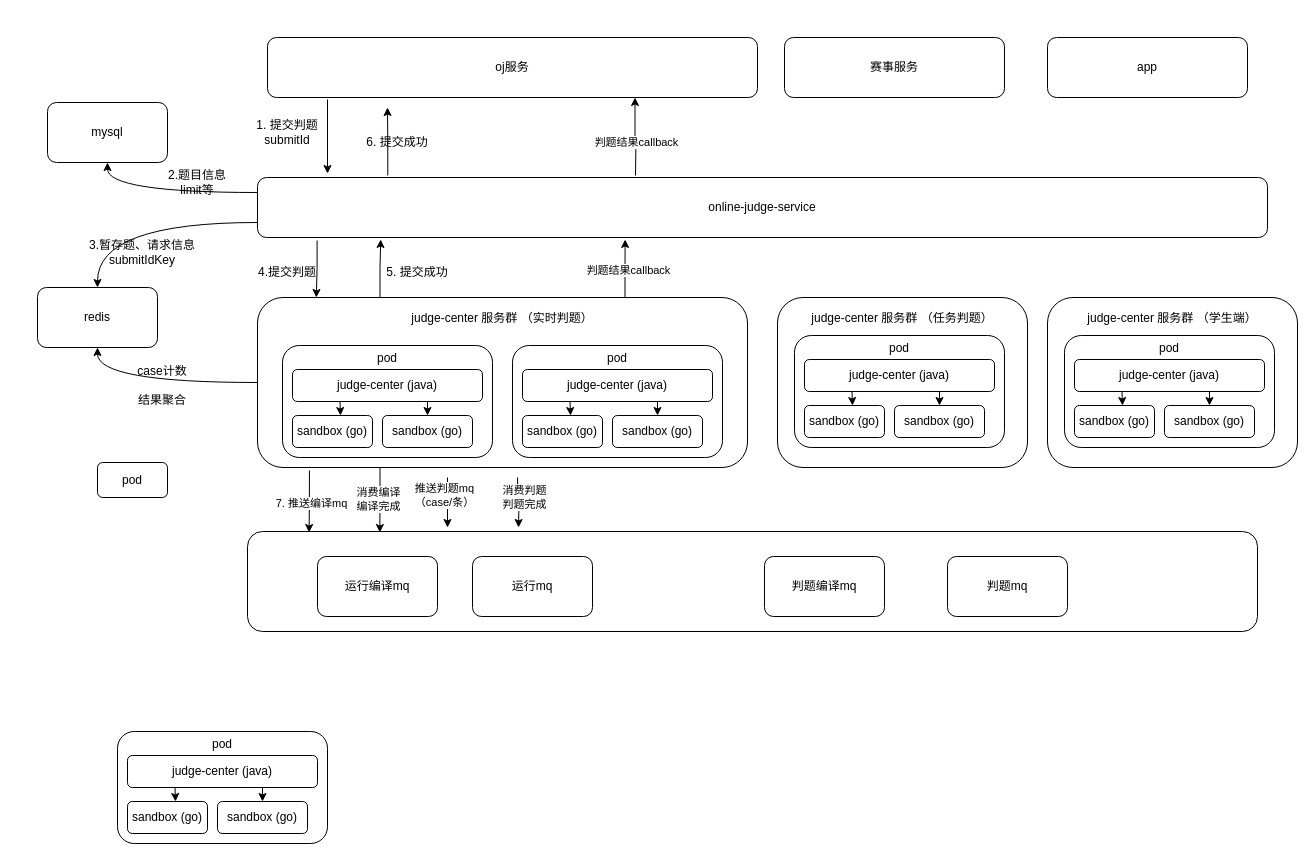
xiell2016/hetaoDesign keeps this draw.io diagram as 沙箱群.drawio. Above is the earlier version. Source tidied: cells renumbered, new cells numbered last; positions are measured from the earlier drawing's top-left corner, leaving out a move shared by most shapes. Both pictures are drawn from the tidied source at 100%, with x=0, y=0 at pixel (37, 37).
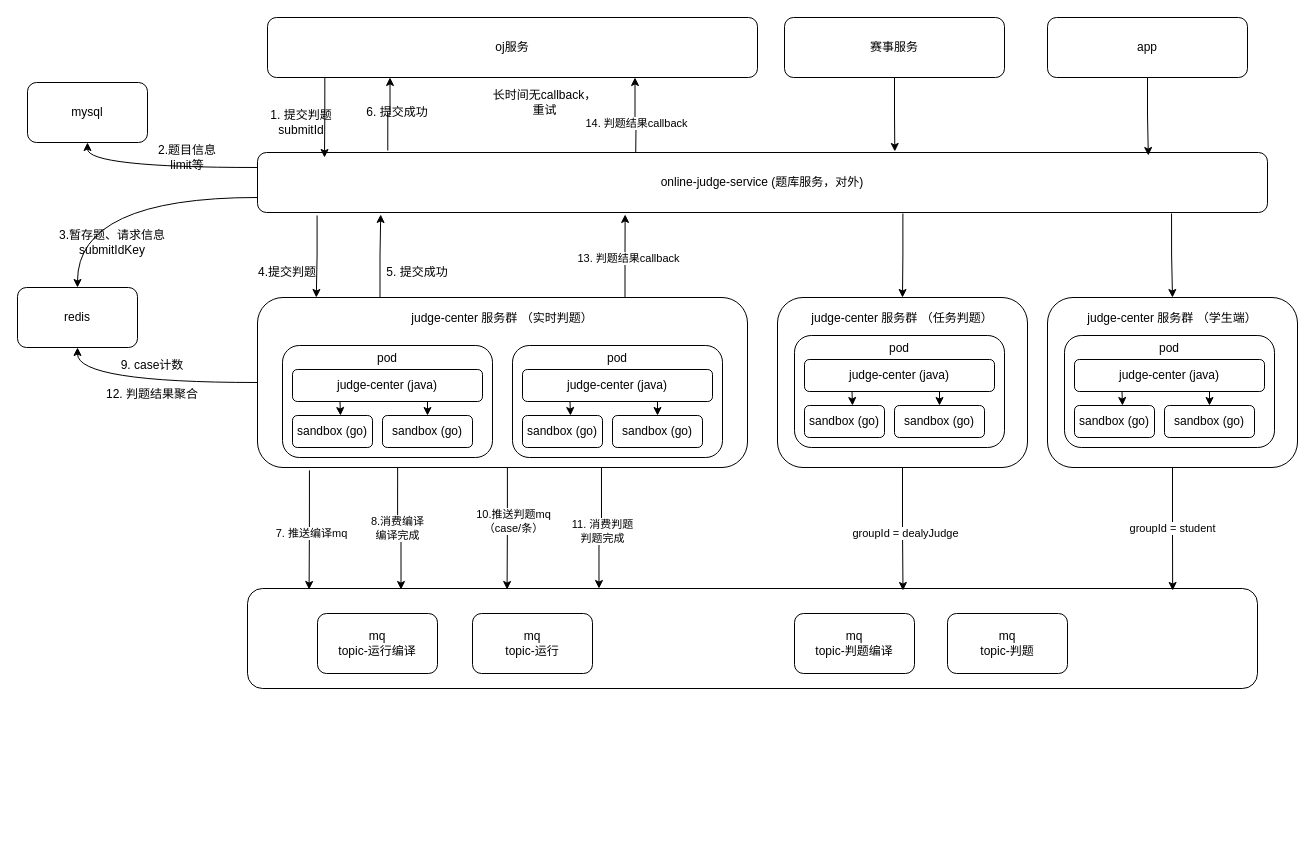
Above is the later version.

Commit message:
更新沙箱群.drawio

The change refers to these unchanged cells:
```xml
<mxCell id="7" style="edgeStyle=orthogonalEdgeStyle;rounded=0;jettySize=auto;html=1;entryX=0.75;entryY=1;entryDx=0;entryDy=0;" parent="1" edge="1" target="3">
  <mxGeometry relative="1" as="geometry">
    <mxPoint x="598" y="138" as="sourcePoint" />
  </mxGeometry>
</mxCell>
<mxCell id="13" value="judge-center&lt;span style=&quot;background-color: initial;&quot;&gt;&amp;nbsp;服务群 （实时判题）&lt;/span&gt;&lt;div&gt;&lt;br&gt;&lt;/div&gt;&lt;div&gt;&lt;br&gt;&lt;div&gt;&lt;span style=&quot;background-color: initial;&quot;&gt;&lt;br&gt;&lt;/span&gt;&lt;/div&gt;&lt;div&gt;&lt;span style=&quot;background-color: initial;&quot;&gt;&lt;br&gt;&lt;/span&gt;&lt;/div&gt;&lt;div&gt;&lt;br&gt;&lt;/div&gt;&lt;div&gt;&lt;br&gt;&lt;/div&gt;&lt;div&gt;&lt;br&gt;&lt;/div&gt;&lt;div&gt;&lt;br&gt;&lt;/div&gt;&lt;div&gt;&lt;br&gt;&lt;/div&gt;&lt;/div&gt;" style="rounded=1;whiteSpace=wrap;html=1;" parent="1" vertex="1">
  <mxGeometry x="220" y="260" width="490" height="170" as="geometry" />
</mxCell>
<mxCell id="19" value="judge-center&lt;span style=&quot;background-color: initial;&quot;&gt;&amp;nbsp;服务群 （任务判题）&lt;/span&gt;&lt;div&gt;&lt;span style=&quot;background-color: initial;&quot;&gt;&lt;br&gt;&lt;/span&gt;&lt;/div&gt;&lt;div&gt;&lt;span style=&quot;background-color: initial;&quot;&gt;&lt;br&gt;&lt;/span&gt;&lt;/div&gt;&lt;div&gt;&lt;span style=&quot;background-color: initial;&quot;&gt;&lt;br&gt;&lt;/span&gt;&lt;/div&gt;&lt;div&gt;&lt;span style=&quot;background-color: initial;&quot;&gt;&lt;br&gt;&lt;/span&gt;&lt;/div&gt;&lt;div&gt;&lt;span style=&quot;background-color: initial;&quot;&gt;&lt;br&gt;&lt;/span&gt;&lt;/div&gt;&lt;div&gt;&lt;span style=&quot;background-color: initial;&quot;&gt;&lt;br&gt;&lt;/span&gt;&lt;/div&gt;&lt;div&gt;&lt;span style=&quot;background-color: initial;&quot;&gt;&lt;br&gt;&lt;/span&gt;&lt;/div&gt;&lt;div&gt;&lt;span style=&quot;background-color: initial;&quot;&gt;&lt;br&gt;&lt;/span&gt;&lt;/div&gt;&lt;div&gt;&lt;span style=&quot;background-color: initial;&quot;&gt;&lt;br&gt;&lt;/span&gt;&lt;/div&gt;" style="rounded=1;whiteSpace=wrap;html=1;" parent="1" vertex="1">
  <mxGeometry x="740" y="260" width="250" height="170" as="geometry" />
</mxCell>
<mxCell id="63" value="&lt;div&gt;&lt;div&gt;judge-center&lt;span style=&quot;background-color: initial;&quot;&gt;&amp;nbsp;服务群 （学生端）&lt;/span&gt;&lt;br&gt;&lt;/div&gt;&lt;/div&gt;&lt;div&gt;&lt;span style=&quot;background-color: initial;&quot;&gt;&lt;br&gt;&lt;/span&gt;&lt;/div&gt;&lt;div&gt;&lt;span style=&quot;background-color: initial;&quot;&gt;&lt;br&gt;&lt;/span&gt;&lt;/div&gt;&lt;div&gt;&lt;span style=&quot;background-color: initial;&quot;&gt;&lt;br&gt;&lt;/span&gt;&lt;/div&gt;&lt;div&gt;&lt;span style=&quot;background-color: initial;&quot;&gt;&lt;br&gt;&lt;/span&gt;&lt;/div&gt;&lt;div&gt;&lt;span style=&quot;background-color: initial;&quot;&gt;&lt;br&gt;&lt;/span&gt;&lt;/div&gt;&lt;div&gt;&lt;span style=&quot;background-color: initial;&quot;&gt;&lt;br&gt;&lt;/span&gt;&lt;/div&gt;&lt;div&gt;&lt;span style=&quot;background-color: initial;&quot;&gt;&lt;br&gt;&lt;/span&gt;&lt;/div&gt;&lt;div&gt;&lt;span style=&quot;background-color: initial;&quot;&gt;&lt;br&gt;&lt;/span&gt;&lt;/div&gt;&lt;div&gt;&lt;span style=&quot;background-color: initial;&quot;&gt;&lt;br&gt;&lt;/span&gt;&lt;/div&gt;" style="rounded=1;whiteSpace=wrap;html=1;" parent="1" vertex="1">
  <mxGeometry x="1010" y="260" width="250" height="170" as="geometry" />
</mxCell>
<mxCell id="73" style="edgeStyle=orthogonalEdgeStyle;rounded=0;jettySize=auto;html=1;exitX=0.75;exitY=0;exitDx=0;exitDy=0;entryX=0.364;entryY=1.033;entryDx=0;entryDy=0;entryPerimeter=0;" parent="1" edge="1" source="13" target="9">
  <mxGeometry relative="1" as="geometry" />
</mxCell>
```

Change to the diagram source:
```diff
@@
     <mxCell id="2" style="rounded=1;whiteSpace=wrap;html=1;" parent="1" vertex="1">
-      <mxGeometry x="210" y="494" width="1010" height="100" as="geometry" />
+      <mxGeometry x="210" y="551" width="1010" height="100" as="geometry" />
     </mxCell>
     <mxCell id="3" value="oj服务" style="rounded=1;whiteSpace=wrap;html=1;" parent="1" vertex="1">
-      <mxGeometry x="230" width="490" height="60" as="geometry" />
+      <mxGeometry x="230" y="-20" width="490" height="60" as="geometry" />
     </mxCell>
@@
-    <mxCell id="6" style="edgeStyle=orthogonalEdgeStyle;rounded=0;jettySize=auto;html=1;exitX=0.129;exitY=-0.033;exitDx=0;exitDy=0;exitPerimeter=0;" parent="1" edge="1" source="9">
-      <mxGeometry relative="1" as="geometry">
-        <mxPoint x="350" y="70" as="targetPoint" />
-      </mxGeometry>
+    <mxCell id="6" style="edgeStyle=orthogonalEdgeStyle;rounded=0;jettySize=auto;html=1;exitX=0.129;exitY=-0.033;exitDx=0;exitDy=0;exitPerimeter=0;entryX=0.25;entryY=1;entryDx=0;entryDy=0;" parent="1" edge="1" source="9" target="3">
+      <mxGeometry relative="1" as="geometry" />
     </mxCell>
@@
-    <mxCell id="8" value="判题结果callback" style="edgeLabel;html=1;align=center;verticalAlign=middle;" parent="7" vertex="1">
-      <mxGeometry x="-0.14" relative="1" as="geometry" />
+    <mxCell id="8" value="14. 判题结果callback" style="edgeLabel;html=1;align=center;verticalAlign=middle;" parent="7" vertex="1">
+      <mxGeometry x="-0.14" relative="1" as="geometry">
+        <mxPoint y="-10" as="offset" />
+      </mxGeometry>
     </mxCell>
+    <mxCell id="75" style="edgeStyle=orthogonalEdgeStyle;rounded=0;jettySize=auto;html=1;exitX=0.639;exitY=1.017;exitDx=0;exitDy=0;exitPerimeter=0;" parent="1" edge="1" source="9" target="19">
+      <mxGeometry relative="1" as="geometry" />
+    </mxCell>
+    <mxCell id="76" style="edgeStyle=orthogonalEdgeStyle;rounded=0;jettySize=auto;html=1;exitX=0.905;exitY=1.017;exitDx=0;exitDy=0;exitPerimeter=0;" parent="1" edge="1" source="9" target="63">
+      <mxGeometry relative="1" as="geometry" />
+    </mxCell>
-    <mxCell id="9" value="online-judge-service" style="rounded=1;whiteSpace=wrap;html=1;" parent="1" vertex="1">
-      <mxGeometry x="220" y="140" width="1010" height="60" as="geometry" />
+    <mxCell id="9" value="online-judge-service (题库服务，对外)" style="rounded=1;whiteSpace=wrap;html=1;" parent="1" vertex="1">
+      <mxGeometry x="220" y="115" width="1010" height="60" as="geometry" />
     </mxCell>
@@
-    <mxCell id="11" style="edgeStyle=orthogonalEdgeStyle;rounded=0;orthogonalLoop=1;jettySize=auto;html=1;" parent="1" edge="1">
-      <mxGeometry relative="1" as="geometry">
-        <mxPoint x="410" y="440" as="sourcePoint" />
-        <mxPoint x="410" y="490" as="targetPoint" />
-      </mxGeometry>
+    <mxCell id="11" style="edgeStyle=orthogonalEdgeStyle;rounded=0;jettySize=auto;html=1;entryX=0.257;entryY=0.01;entryDx=0;entryDy=0;entryPerimeter=0;exitX=0.51;exitY=0.995;exitDx=0;exitDy=0;exitPerimeter=0;" parent="1" edge="1" source="13" target="2">
+      <mxGeometry relative="1" as="geometry" />
     </mxCell>
-    <mxCell id="12" value="&lt;div&gt;推送判题mq&lt;/div&gt;&lt;div&gt;（case/条）&lt;/div&gt;" style="edgeLabel;html=1;align=center;verticalAlign=middle;" parent="11" vertex="1">
-      <mxGeometry x="-0.32" y="-4" relative="1" as="geometry" />
+    <mxCell id="12" value="&lt;div&gt;10.推送判题mq&lt;/div&gt;&lt;div&gt;（case/条）&lt;/div&gt;" style="edgeLabel;html=1;align=center;verticalAlign=middle;" parent="11" vertex="1">
+      <mxGeometry x="-0.32" y="-4" relative="1" as="geometry">
+        <mxPoint x="10" y="12" as="offset" />
+      </mxGeometry>
     </mxCell>
@@
     <mxCell id="14" value="mysql" style="rounded=1;whiteSpace=wrap;html=1;" parent="1" vertex="1">
-      <mxGeometry x="10" y="65" width="120" height="60" as="geometry" />
+      <mxGeometry x="-10" y="45" width="120" height="60" as="geometry" />
     </mxCell>
     <mxCell id="15" value="redis" style="rounded=1;whiteSpace=wrap;html=1;" parent="1" vertex="1">
-      <mxGeometry y="250" width="120" height="60" as="geometry" />
+      <mxGeometry x="-20" y="250" width="120" height="60" as="geometry" />
     </mxCell>
-    <mxCell id="16" value="运行编译mq" style="rounded=1;whiteSpace=wrap;html=1;" parent="1" vertex="1">
-      <mxGeometry x="280" y="519" width="120" height="60" as="geometry" />
+    <mxCell id="16" value="&lt;div&gt;mq&lt;/div&gt;topic-运行编译" style="rounded=1;whiteSpace=wrap;html=1;" parent="1" vertex="1">
+      <mxGeometry x="280" y="576" width="120" height="60" as="geometry" />
     </mxCell>
-    <mxCell id="17" value="判题编译mq" style="rounded=1;whiteSpace=wrap;html=1;" parent="1" vertex="1">
-      <mxGeometry x="727" y="519" width="120" height="60" as="geometry" />
+    <mxCell id="17" value="&lt;div&gt;mq&lt;/div&gt;topic-判题编译" style="rounded=1;whiteSpace=wrap;html=1;" parent="1" vertex="1">
+      <mxGeometry x="757" y="576" width="120" height="60" as="geometry" />
     </mxCell>
-    <mxCell id="18" value="运行mq" style="rounded=1;whiteSpace=wrap;html=1;" parent="1" vertex="1">
-      <mxGeometry x="435" y="519" width="120" height="60" as="geometry" />
+    <mxCell id="18" value="&lt;div&gt;mq&lt;/div&gt;topic-运行" style="rounded=1;whiteSpace=wrap;html=1;" parent="1" vertex="1">
+      <mxGeometry x="435" y="576" width="120" height="60" as="geometry" />
     </mxCell>
@@
-    <mxCell id="20" value="判题mq" style="rounded=1;whiteSpace=wrap;html=1;" parent="1" vertex="1">
-      <mxGeometry x="910" y="519" width="120" height="60" as="geometry" />
+    <mxCell id="20" value="&lt;div&gt;mq&lt;/div&gt;topic-判题" style="rounded=1;whiteSpace=wrap;html=1;" parent="1" vertex="1">
+      <mxGeometry x="910" y="576" width="120" height="60" as="geometry" />
     </mxCell>
     <mxCell id="21" value="赛事服务" style="rounded=1;whiteSpace=wrap;html=1;" parent="1" vertex="1">
-      <mxGeometry x="747" width="220" height="60" as="geometry" />
+      <mxGeometry x="747" y="-20" width="220" height="60" as="geometry" />
     </mxCell>
     <mxCell id="22" value="app" style="rounded=1;whiteSpace=wrap;html=1;" parent="1" vertex="1">
-      <mxGeometry x="1010" width="200" height="60" as="geometry" />
+      <mxGeometry x="1010" y="-20" width="200" height="60" as="geometry" />
     </mxCell>
-    <mxCell id="23" style="edgeStyle=orthogonalEdgeStyle;rounded=0;orthogonalLoop=1;jettySize=auto;html=1;" parent="1" edge="1">
+    <mxCell id="23" style="edgeStyle=orthogonalEdgeStyle;rounded=0;jettySize=auto;html=1;exitX=0.117;exitY=1;exitDx=0;exitDy=0;exitPerimeter=0;" parent="1" edge="1" source="3">
       <mxGeometry relative="1" as="geometry">
-        <mxPoint x="290" y="62" as="sourcePoint" />
-        <mxPoint x="290" y="136" as="targetPoint" />
+        <mxPoint x="287" y="120" as="targetPoint" />
       </mxGeometry>
     </mxCell>
     <mxCell id="24" value="1. 提交判题&lt;div&gt;submitId&lt;/div&gt;" style="text;html=1;align=center;verticalAlign=middle;whiteSpace=wrap;rounded=0;" parent="1" vertex="1">
-      <mxGeometry x="210" y="80" width="80" height="30" as="geometry" />
+      <mxGeometry x="224" y="70" width="80" height="30" as="geometry" />
     </mxCell>
     <mxCell id="25" value="2.题目信息&lt;div&gt;limit等&lt;/div&gt;" style="text;html=1;align=center;verticalAlign=middle;whiteSpace=wrap;rounded=0;" parent="1" vertex="1">
-      <mxGeometry x="120" y="130" width="80" height="30" as="geometry" />
+      <mxGeometry x="110" y="105" width="80" height="30" as="geometry" />
     </mxCell>
     <mxCell id="26" value="3.暂存题、请求信息&lt;br&gt;submitIdKey" style="text;html=1;align=center;verticalAlign=middle;whiteSpace=wrap;rounded=0;" parent="1" vertex="1">
-      <mxGeometry x="50" y="200" width="110" height="30" as="geometry" />
+      <mxGeometry x="20" y="190" width="110" height="30" as="geometry" />
     </mxCell>
@@
     <mxCell id="33" value="6. 提交成功" style="text;html=1;align=center;verticalAlign=middle;whiteSpace=wrap;rounded=0;" parent="1" vertex="1">
-      <mxGeometry x="320" y="90" width="80" height="30" as="geometry" />
+      <mxGeometry x="320" y="60" width="80" height="30" as="geometry" />
     </mxCell>
-    <mxCell id="34" style="edgeStyle=orthogonalEdgeStyle;rounded=0;jettySize=auto;html=1;exitX=0.25;exitY=1;exitDx=0;exitDy=0;entryX=0.131;entryY=0.01;entryDx=0;entryDy=0;entryPerimeter=0;" parent="1" edge="1" source="13" target="2">
+    <mxCell id="34" style="edgeStyle=orthogonalEdgeStyle;rounded=0;jettySize=auto;html=1;exitX=0.286;exitY=1;exitDx=0;exitDy=0;entryX=0.152;entryY=0.01;entryDx=0;entryDy=0;entryPerimeter=0;exitPerimeter=0;" parent="1" edge="1" source="13" target="2">
       <mxGeometry relative="1" as="geometry" />
     </mxCell>
-    <mxCell id="35" value="消费编译&lt;div&gt;编译完成&lt;/div&gt;" style="edgeLabel;html=1;align=center;verticalAlign=middle;" parent="34" vertex="1">
-      <mxGeometry x="-0.01" y="-2" relative="1" as="geometry" />
+    <mxCell id="35" value="8.消费编译&lt;div&gt;编译完成&lt;/div&gt;" style="edgeLabel;html=1;align=center;verticalAlign=middle;" parent="34" vertex="1">
+      <mxGeometry x="-0.01" y="-2" relative="1" as="geometry">
+        <mxPoint x="-2" y="-2" as="offset" />
+      </mxGeometry>
     </mxCell>
-    <mxCell id="36" value="pod" style="rounded=1;whiteSpace=wrap;html=1;" parent="1" vertex="1">
-      <mxGeometry x="60" y="425" width="70" height="35" as="geometry" />
-    </mxCell>
@@
-    <mxCell id="45" value="&lt;div&gt;&lt;span style=&quot;background-color: initial;&quot;&gt;pod&lt;/span&gt;&lt;br&gt;&lt;/div&gt;&lt;div&gt;&lt;span style=&quot;background-color: initial;&quot;&gt;&lt;br&gt;&lt;/span&gt;&lt;/div&gt;&lt;div&gt;&lt;span style=&quot;background-color: initial;&quot;&gt;&lt;br&gt;&lt;/span&gt;&lt;/div&gt;&lt;div&gt;&lt;span style=&quot;background-color: initial;&quot;&gt;&lt;br&gt;&lt;/span&gt;&lt;/div&gt;&lt;div&gt;&lt;span style=&quot;background-color: initial;&quot;&gt;&lt;br&gt;&lt;/span&gt;&lt;/div&gt;&lt;div&gt;&lt;span style=&quot;background-color: initial;&quot;&gt;&lt;br&gt;&lt;/span&gt;&lt;/div&gt;&lt;div&gt;&lt;span style=&quot;background-color: initial;&quot;&gt;&lt;br&gt;&lt;/span&gt;&lt;/div&gt;" style="rounded=1;whiteSpace=wrap;html=1;" parent="1" vertex="1">
-      <mxGeometry x="80" y="694" width="210" height="112" as="geometry" />
-    </mxCell>
-    <mxCell id="46" style="edgeStyle=orthogonalEdgeStyle;rounded=0;jettySize=auto;html=1;exitX=0.75;exitY=1;exitDx=0;exitDy=0;entryX=0.5;entryY=0;entryDx=0;entryDy=0;" parent="1" edge="1" source="47" target="49">
-      <mxGeometry relative="1" as="geometry" />
-    </mxCell>
-    <mxCell id="47" value="judge-center (java)" style="rounded=1;whiteSpace=wrap;html=1;" parent="1" vertex="1">
-      <mxGeometry x="90" y="718" width="190" height="32" as="geometry" />
-    </mxCell>
-    <mxCell id="48" value="sandbox (go)" style="rounded=1;whiteSpace=wrap;html=1;" parent="1" vertex="1">
-      <mxGeometry x="90" y="764" width="80" height="32" as="geometry" />
-    </mxCell>
-    <mxCell id="49" value="sandbox (go)" style="rounded=1;whiteSpace=wrap;html=1;" parent="1" vertex="1">
-      <mxGeometry x="180" y="764" width="90" height="32" as="geometry" />
-    </mxCell>
-    <mxCell id="50" style="edgeStyle=orthogonalEdgeStyle;rounded=0;jettySize=auto;html=1;exitX=0.25;exitY=1;exitDx=0;exitDy=0;entryX=0.6;entryY=0;entryDx=0;entryDy=0;entryPerimeter=0;" parent="1" edge="1" source="47" target="48">
-      <mxGeometry relative="1" as="geometry" />
-    </mxCell>
@@
-    <mxCell id="70" style="edgeStyle=orthogonalEdgeStyle;rounded=0;orthogonalLoop=1;jettySize=auto;html=1;" parent="1" edge="1">
-      <mxGeometry relative="1" as="geometry">
-        <mxPoint x="480" y="440" as="sourcePoint" />
-        <mxPoint x="481" y="490" as="targetPoint" />
-      </mxGeometry>
+    <mxCell id="70" style="edgeStyle=orthogonalEdgeStyle;rounded=0;jettySize=auto;html=1;entryX=0.348;entryY=0;entryDx=0;entryDy=0;entryPerimeter=0;exitX=0.702;exitY=1;exitDx=0;exitDy=0;exitPerimeter=0;" parent="1" edge="1" source="13" target="2">
+      <mxGeometry relative="1" as="geometry" />
     </mxCell>
-    <mxCell id="71" value="消费判题&lt;div&gt;判题完成&lt;/div&gt;" style="edgeLabel;html=1;align=center;verticalAlign=middle;" parent="70" vertex="1">
+    <mxCell id="71" value="11. 消费判题&lt;div&gt;判题完成&lt;/div&gt;" style="edgeLabel;html=1;align=center;verticalAlign=middle;" parent="70" vertex="1">
       <mxGeometry x="-0.12" y="3" relative="1" as="geometry">
-        <mxPoint x="3" y="-2" as="offset" />
+        <mxPoint x="-2" y="10" as="offset" />
       </mxGeometry>
     </mxCell>
-    <mxCell id="72" value="case计数&lt;div style=&quot;font-size: 11px; text-wrap: nowrap;&quot;&gt;&lt;span style=&quot;font-size: 12px; text-wrap: wrap;&quot;&gt;&lt;br&gt;&lt;/span&gt;&lt;/div&gt;&lt;div style=&quot;font-size: 11px; text-wrap: nowrap;&quot;&gt;&lt;span style=&quot;font-size: 12px; text-wrap: wrap;&quot;&gt;结果聚合&lt;/span&gt;&lt;/div&gt;" style="text;html=1;align=center;verticalAlign=middle;whiteSpace=wrap;rounded=0;" parent="1" vertex="1">
-      <mxGeometry x="70" y="326" width="110" height="44" as="geometry" />
+    <mxCell id="72" value="9. case计数&lt;div style=&quot;font-size: 11px; text-wrap: nowrap;&quot;&gt;&lt;span style=&quot;font-size: 12px; text-wrap: wrap;&quot;&gt;&lt;br&gt;&lt;/span&gt;&lt;/div&gt;&lt;div style=&quot;font-size: 11px; text-wrap: nowrap;&quot;&gt;&lt;span style=&quot;font-size: 12px; text-wrap: wrap;&quot;&gt;12. 判题结果聚合&lt;/span&gt;&lt;/div&gt;" style="text;html=1;align=center;verticalAlign=middle;whiteSpace=wrap;rounded=0;" parent="1" vertex="1">
+      <mxGeometry x="60" y="320" width="110" height="44" as="geometry" />
     </mxCell>
@@
-    <mxCell id="74" value="判题结果callback" style="edgeLabel;html=1;align=center;verticalAlign=middle;" parent="73" vertex="1">
+    <mxCell id="74" value="13. 判题结果callback" style="edgeLabel;html=1;align=center;verticalAlign=middle;" parent="73" vertex="1">
       <mxGeometry x="-0.07" y="-2" relative="1" as="geometry">
         <mxPoint x="1" y="-1" as="offset" />
       </mxGeometry>
     </mxCell>
+    <mxCell id="77" style="edgeStyle=orthogonalEdgeStyle;rounded=0;jettySize=auto;html=1;exitX=0.5;exitY=1;exitDx=0;exitDy=0;entryX=0.649;entryY=0.02;entryDx=0;entryDy=0;entryPerimeter=0;" parent="1" edge="1" source="19" target="2">
+      <mxGeometry relative="1" as="geometry" />
+    </mxCell>
+    <mxCell id="78" value="groupId = dealyJudge" style="edgeLabel;html=1;align=center;verticalAlign=middle;" parent="77" vertex="1">
+      <mxGeometry x="0.07" y="2" relative="1" as="geometry" />
+    </mxCell>
+    <mxCell id="79" style="edgeStyle=orthogonalEdgeStyle;rounded=0;jettySize=auto;html=1;exitX=0.5;exitY=1;exitDx=0;exitDy=0;entryX=0.916;entryY=0.02;entryDx=0;entryDy=0;entryPerimeter=0;" parent="1" edge="1" source="63" target="2">
+      <mxGeometry relative="1" as="geometry" />
+    </mxCell>
+    <mxCell id="80" value="groupId = student" style="edgeLabel;html=1;align=center;verticalAlign=middle;" parent="79" vertex="1">
+      <mxGeometry x="-0.03" y="-1" relative="1" as="geometry" />
+    </mxCell>
+    <mxCell id="81" style="edgeStyle=orthogonalEdgeStyle;rounded=0;jettySize=auto;html=1;exitX=0.5;exitY=1;exitDx=0;exitDy=0;entryX=0.631;entryY=-0.017;entryDx=0;entryDy=0;entryPerimeter=0;" parent="1" edge="1" source="21" target="9">
+      <mxGeometry relative="1" as="geometry" />
+    </mxCell>
+    <mxCell id="82" style="edgeStyle=orthogonalEdgeStyle;rounded=0;jettySize=auto;html=1;exitX=0.5;exitY=1;exitDx=0;exitDy=0;entryX=0.882;entryY=0.05;entryDx=0;entryDy=0;entryPerimeter=0;" parent="1" edge="1" source="22" target="9">
+      <mxGeometry relative="1" as="geometry" />
+    </mxCell>
+    <mxCell id="83" value="长时间无callback，重试" style="text;html=1;align=center;verticalAlign=middle;whiteSpace=wrap;rounded=0;" parent="1" vertex="1">
+      <mxGeometry x="450" y="50" width="115" height="30" as="geometry" />
+    </mxCell>
```
